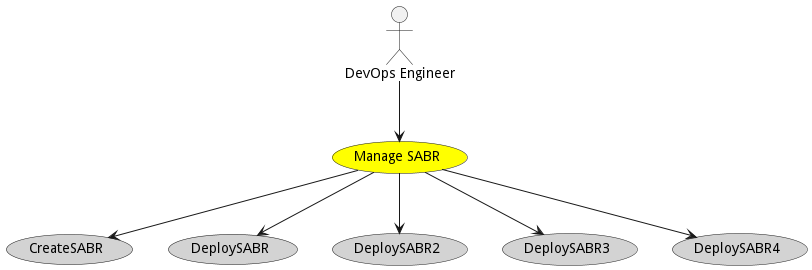
Above: docs/sabr/diml/sabm/usecases/managesabr/Activities.png in madajaju/sabr (PlantUML), before the change. Its diagram source:
```plantuml
@startuml


usecase "Manage SABR" as ManageSABR #yellow

Actor "DevOps Engineer" as DevOpsEngineer

DevOpsEngineer --> ManageSABR



usecase "CreateSABR" as CreateSABR #lightgrey

ManageSABR --> CreateSABR

usecase "DeploySABR" as DeploySABR #lightgrey

ManageSABR --> DeploySABR

usecase "DeploySABR2" as DeploySABR2 #lightgrey

ManageSABR --> DeploySABR2

usecase "DeploySABR3" as DeploySABR3 #lightgrey

ManageSABR --> DeploySABR3

usecase "DeploySABR4" as DeploySABR4 #lightgrey

ManageSABR --> DeploySABR4









@enduml
```
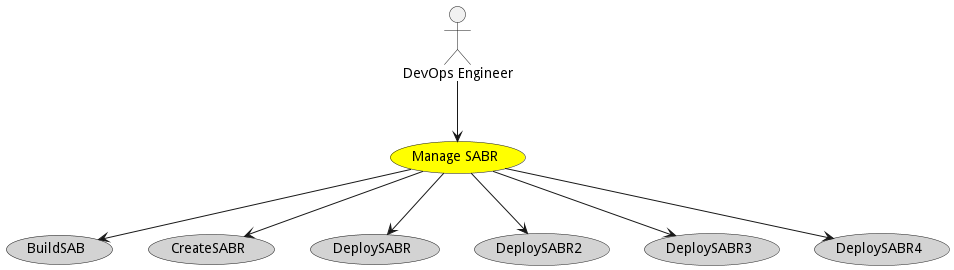
Above is the later version.

The edit, as a diff of the source:
```diff
@@ -8,6 +8,10 @@
 DevOpsEngineer --> ManageSABR
 
 
+
+usecase "BuildSAB" as BuildSAB #lightgrey
+
+ManageSABR --> BuildSAB
 
 usecase "CreateSABR" as CreateSABR #lightgrey
 
```
